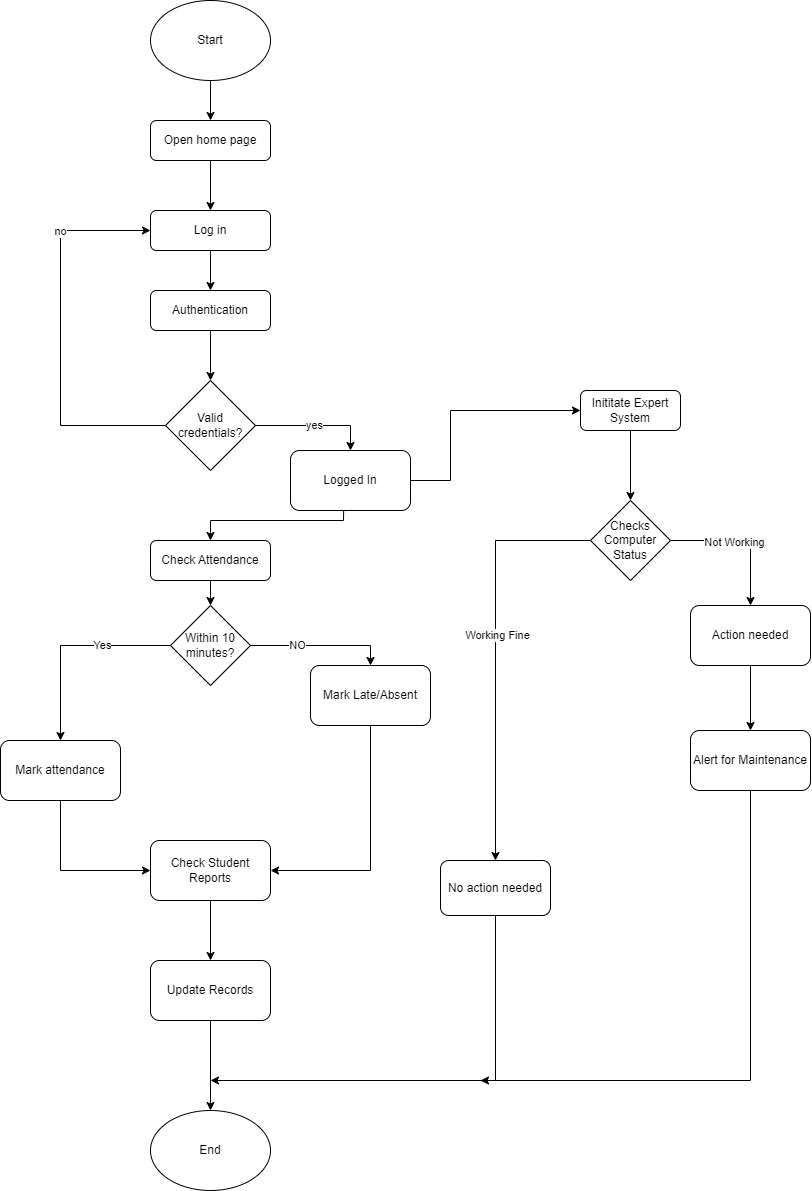
Above: diagrams/Flow Chart.png in samiiraryal/Smart-Lab-Management-System (draw.io), before the change. Source tidied: cells renumbered, new cells last; positions are measured from the earlier drawing's top-left corner, leaving out a move shared by most shapes.
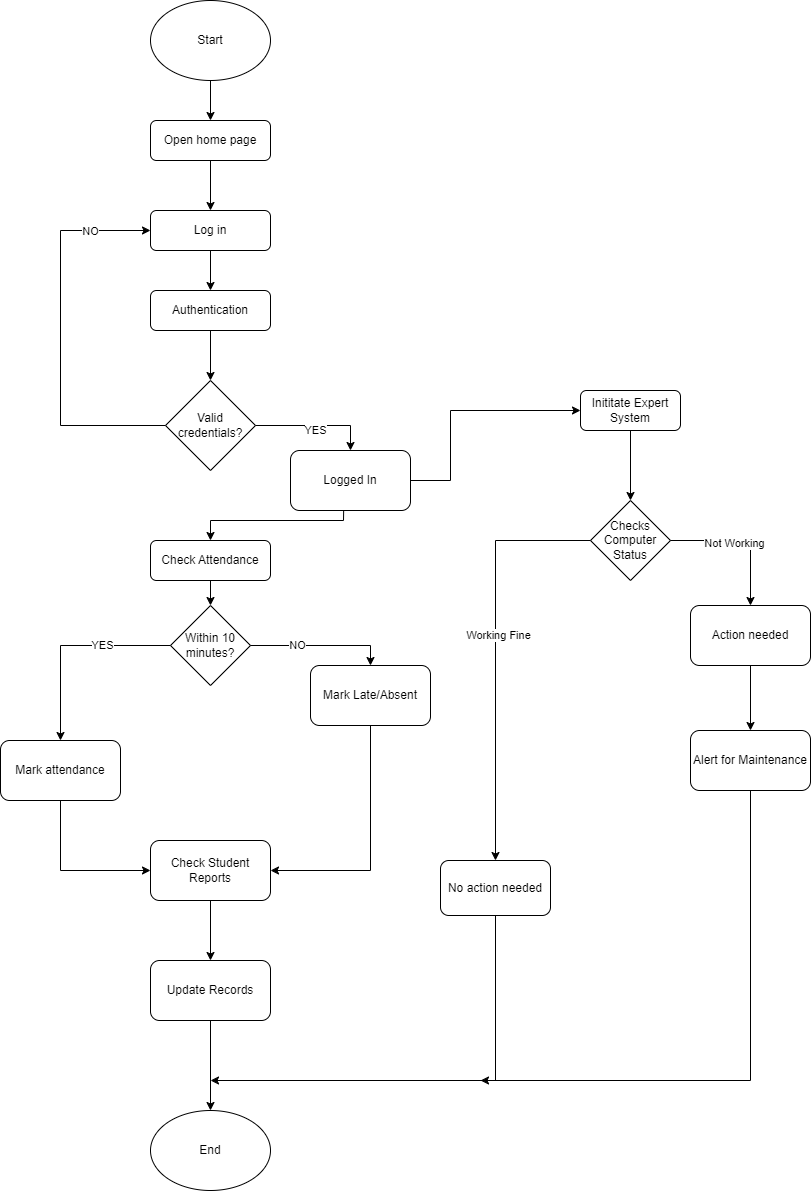
Later version of the same file.

Change to the diagram source:
```diff
@@ -26,7 +26,7 @@
     <mxCell id="9" style="endArrow=classic;html=1;rounded=0;exitX=0.5;exitY=1;exitDx=0;exitDy=0;" parent="1" edge="1" source="7" target="8">
       <mxGeometry relative="1" as="geometry" />
     </mxCell>
-    <mxCell id="10" value="Yes" style="endArrow=classic;html=1;rounded=0;exitX=0;exitY=0.5;exitDx=0;exitDy=0;entryX=0.5;entryY=0;entryDx=0;entryDy=0;" parent="1" edge="1" source="8" target="12">
+    <mxCell id="10" value="YES" style="endArrow=classic;html=1;rounded=0;exitX=0;exitY=0.5;exitDx=0;exitDy=0;entryX=0.5;entryY=0;entryDx=0;entryDy=0;" parent="1" edge="1" source="8" target="12">
       <mxGeometry x="-0.33" relative="1" as="geometry">
         <Array as="points">
           <mxPoint x="60" y="645" />
@@ -160,9 +160,9 @@
         </Array>
       </mxGeometry>
     </mxCell>
-    <mxCell id="40" value="no" style="edgeLabel;html=1;align=center;verticalAlign=middle;" parent="39" vertex="1">
-      <mxGeometry x="0.54" relative="1" as="geometry" />
-    </mxCell>
+    <mxCell id="45" value="NO" style="edgeLabel;html=1;align=center;verticalAlign=middle;" parent="39" vertex="1">
+      <mxGeometry x="0.69" relative="1" as="geometry" />
+    </mxCell>
     <mxCell id="41" style="endArrow=classic;html=1;rounded=0;entryX=0.5;entryY=0;entryDx=0;entryDy=0;exitX=1;exitY=0.5;exitDx=0;exitDy=0;" parent="1" edge="1" source="38" target="43">
       <mxGeometry relative="1" as="geometry">
         <Array as="points">
@@ -170,9 +170,9 @@
         </Array>
       </mxGeometry>
     </mxCell>
-    <mxCell id="42" value="yes" style="edgeLabel;html=1;align=center;verticalAlign=middle;" parent="41" vertex="1">
-      <mxGeometry x="-0.02" relative="1" as="geometry" />
-    </mxCell>
+    <mxCell id="46" value="YES" style="edgeLabel;html=1;align=center;verticalAlign=middle;" parent="41" vertex="1">
+      <mxGeometry x="-0.02" y="-4" relative="1" as="geometry" />
+    </mxCell>
     <mxCell id="43" value="&lt;div&gt;Logged In&lt;/div&gt;" style="rounded=1;whiteSpace=wrap;html=1;" parent="1" vertex="1">
       <mxGeometry x="290" y="450" width="120" height="60" as="geometry" />
     </mxCell>
```
